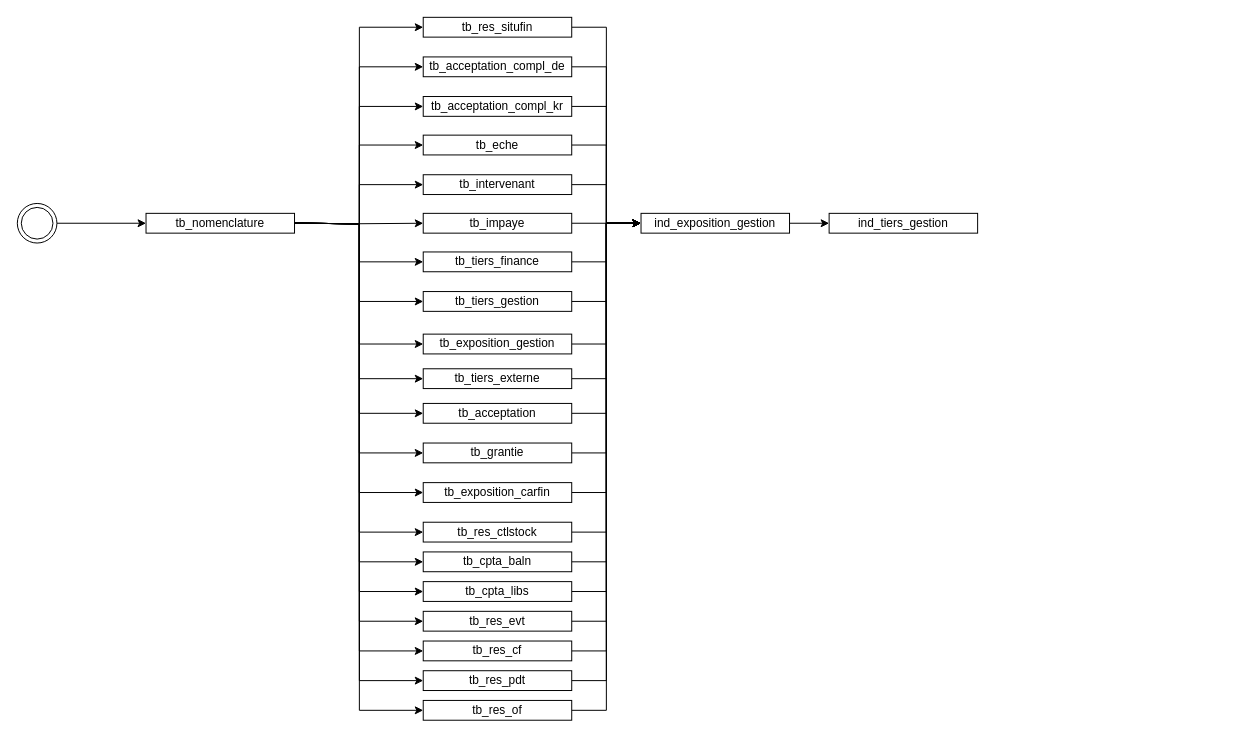
Before: page "loading_order" (1 of 22) of schema_laurent.drawio in wunyu/drawio, a draw.io diagram. Source tidied: cells renumbered, new cells numbered last; positions are measured from the earlier drawing's top-left corner, leaving out a move shared by most shapes. Both pictures are drawn from the tidied source at 99%, with x=0, y=0 at pixel (17, 17).
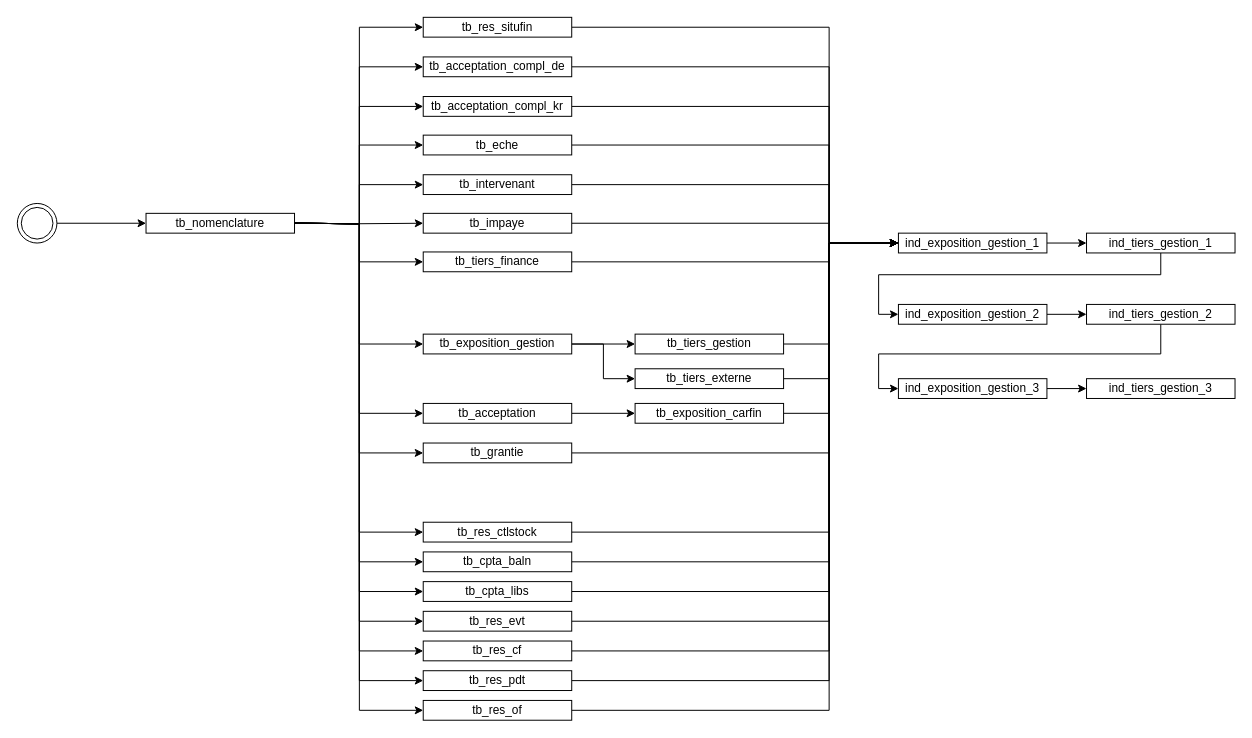
After the change.

The change refers to these unchanged cells:
```xml
<mxCell id="3" value="tb_exposition_gestion" style="whiteSpace=wrap;html=1;" parent="1" vertex="1">
  <mxGeometry x="410" y="320" width="150" height="20" as="geometry" />
</mxCell>
<mxCell id="5" value="tb_acceptation" style="whiteSpace=wrap;html=1;" parent="1" vertex="1">
  <mxGeometry x="410" y="390" width="150" height="20" as="geometry" />
</mxCell>
<mxCell id="9" value="tb_grantie" style="whiteSpace=wrap;html=1;" parent="1" vertex="1">
  <mxGeometry x="410" y="430" width="150" height="20" as="geometry" />
</mxCell>
<mxCell id="13" value="tb_res_situfin" style="whiteSpace=wrap;html=1;" parent="1" vertex="1">
  <mxGeometry x="410" width="150" height="20" as="geometry" />
</mxCell>
<mxCell id="15" value="tb_acceptation_compl_de" style="whiteSpace=wrap;html=1;" parent="1" vertex="1">
  <mxGeometry x="410" y="40" width="150" height="20" as="geometry" />
</mxCell>
<mxCell id="17" value="tb_acceptation_compl_kr" style="whiteSpace=wrap;html=1;" parent="1" vertex="1">
  <mxGeometry x="410" y="80" width="150" height="20" as="geometry" />
</mxCell>
<mxCell id="19" value="tb_eche" style="whiteSpace=wrap;html=1;" parent="1" vertex="1">
  <mxGeometry x="410" y="119" width="150" height="20" as="geometry" />
</mxCell>
<mxCell id="21" value="tb_impaye" style="whiteSpace=wrap;html=1;" parent="1" vertex="1">
  <mxGeometry x="410" y="198" width="150" height="20" as="geometry" />
</mxCell>
<mxCell id="23" value="tb_intervenant" style="whiteSpace=wrap;html=1;" parent="1" vertex="1">
  <mxGeometry x="410" y="159" width="150" height="20" as="geometry" />
</mxCell>
<mxCell id="26" value="tb_tiers_finance" style="whiteSpace=wrap;html=1;" parent="1" vertex="1">
  <mxGeometry x="410" y="237" width="150" height="20" as="geometry" />
</mxCell>
<mxCell id="50" value="tb_res_ctlstock" style="whiteSpace=wrap;html=1;" parent="1" vertex="1">
  <mxGeometry x="410" y="510" width="150" height="20" as="geometry" />
</mxCell>
<mxCell id="52" value="tb_cpta_baln" style="whiteSpace=wrap;html=1;" parent="1" vertex="1">
  <mxGeometry x="410" y="540" width="150" height="20" as="geometry" />
</mxCell>
<mxCell id="54" value="tb_cpta_libs" style="whiteSpace=wrap;html=1;" parent="1" vertex="1">
  <mxGeometry x="410" y="570" width="150" height="20" as="geometry" />
</mxCell>
<mxCell id="56" value="tb_res_evt" style="whiteSpace=wrap;html=1;" parent="1" vertex="1">
  <mxGeometry x="410" y="600" width="150" height="20" as="geometry" />
</mxCell>
<mxCell id="58" value="tb_res_cf" style="whiteSpace=wrap;html=1;" parent="1" vertex="1">
  <mxGeometry x="410" y="630" width="150" height="20" as="geometry" />
</mxCell>
<mxCell id="60" value="tb_res_pdt" style="whiteSpace=wrap;html=1;" parent="1" vertex="1">
  <mxGeometry x="410" y="660" width="150" height="20" as="geometry" />
</mxCell>
<mxCell id="62" value="tb_res_of" style="whiteSpace=wrap;html=1;" parent="1" vertex="1">
  <mxGeometry x="410" y="690" width="150" height="20" as="geometry" />
</mxCell>
```

The edit, as a diff of the source:
```diff
@@
-    <mxCell id="2" style="edgeStyle=orthogonalEdgeStyle;rounded=0;jettySize=auto;html=1;entryX=0;entryY=0.5;entryDx=0;entryDy=0;" parent="1" edge="1" source="3" target="64">
-      <mxGeometry relative="1" as="geometry" />
-    </mxCell>
+    <mxCell id="68" style="edgeStyle=orthogonalEdgeStyle;rounded=0;jettySize=auto;html=1;" parent="1" edge="1" source="3" target="28">
+      <mxGeometry relative="1" as="geometry" />
+    </mxCell>
+    <mxCell id="69" style="edgeStyle=orthogonalEdgeStyle;rounded=0;jettySize=auto;html=1;entryX=0;entryY=0.5;entryDx=0;entryDy=0;" parent="1" edge="1" source="3" target="11">
+      <mxGeometry relative="1" as="geometry" />
+    </mxCell>
@@
-    <mxCell id="4" style="edgeStyle=orthogonalEdgeStyle;rounded=0;jettySize=auto;html=1;entryX=0;entryY=0.5;entryDx=0;entryDy=0;" parent="1" edge="1" source="5" target="64">
-      <mxGeometry relative="1" as="geometry" />
-    </mxCell>
+    <mxCell id="70" style="edgeStyle=orthogonalEdgeStyle;rounded=0;jettySize=auto;html=1;" parent="1" edge="1" source="5" target="7">
+      <mxGeometry relative="1" as="geometry" />
+    </mxCell>
@@
     <mxCell id="6" style="edgeStyle=orthogonalEdgeStyle;rounded=0;jettySize=auto;html=1;entryX=0;entryY=0.5;entryDx=0;entryDy=0;" parent="1" edge="1" source="7" target="64">
-      <mxGeometry relative="1" as="geometry" />
+      <mxGeometry relative="1" as="geometry">
+        <Array as="points">
+          <mxPoint x="820" y="400" />
+          <mxPoint x="820" y="228" />
+        </Array>
+      </mxGeometry>
     </mxCell>
     <mxCell id="7" value="tb_exposition_carfin" style="whiteSpace=wrap;html=1;" parent="1" vertex="1">
-      <mxGeometry x="410" y="470" width="150" height="20" as="geometry" />
+      <mxGeometry x="624" y="390" width="150" height="20" as="geometry" />
     </mxCell>
     <mxCell id="8" style="edgeStyle=orthogonalEdgeStyle;rounded=0;jettySize=auto;html=1;entryX=0;entryY=0.5;entryDx=0;entryDy=0;" parent="1" edge="1" source="9" target="64">
-      <mxGeometry relative="1" as="geometry" />
+      <mxGeometry relative="1" as="geometry">
+        <Array as="points">
+          <mxPoint x="820" y="440" />
+          <mxPoint x="820" y="228" />
+        </Array>
+      </mxGeometry>
     </mxCell>
@@
     <mxCell id="10" style="edgeStyle=orthogonalEdgeStyle;rounded=0;jettySize=auto;html=1;entryX=0;entryY=0.5;entryDx=0;entryDy=0;" parent="1" edge="1" source="11" target="64">
-      <mxGeometry relative="1" as="geometry" />
+      <mxGeometry relative="1" as="geometry">
+        <Array as="points">
+          <mxPoint x="820" y="365" />
+          <mxPoint x="820" y="228" />
+        </Array>
+      </mxGeometry>
     </mxCell>
     <mxCell id="11" value="tb_tiers_externe" style="whiteSpace=wrap;html=1;" parent="1" vertex="1">
-      <mxGeometry x="410" y="355" width="150" height="20" as="geometry" />
+      <mxGeometry x="624" y="355" width="150" height="20" as="geometry" />
     </mxCell>
     <mxCell id="12" style="edgeStyle=orthogonalEdgeStyle;rounded=0;jettySize=auto;html=1;entryX=0;entryY=0.5;entryDx=0;entryDy=0;" parent="1" edge="1" source="13" target="64">
-      <mxGeometry relative="1" as="geometry" />
+      <mxGeometry relative="1" as="geometry">
+        <Array as="points">
+          <mxPoint x="820" y="10" />
+          <mxPoint x="820" y="228" />
+        </Array>
+      </mxGeometry>
     </mxCell>
@@
     <mxCell id="14" style="edgeStyle=orthogonalEdgeStyle;rounded=0;jettySize=auto;html=1;entryX=0;entryY=0.5;entryDx=0;entryDy=0;" parent="1" edge="1" source="15" target="64">
-      <mxGeometry relative="1" as="geometry" />
+      <mxGeometry relative="1" as="geometry">
+        <Array as="points">
+          <mxPoint x="820" y="50" />
+          <mxPoint x="820" y="228" />
+        </Array>
+      </mxGeometry>
     </mxCell>
@@
     <mxCell id="16" style="edgeStyle=orthogonalEdgeStyle;rounded=0;jettySize=auto;html=1;entryX=0;entryY=0.5;entryDx=0;entryDy=0;" parent="1" edge="1" source="17" target="64">
-      <mxGeometry relative="1" as="geometry" />
+      <mxGeometry relative="1" as="geometry">
+        <Array as="points">
+          <mxPoint x="820" y="90" />
+          <mxPoint x="820" y="228" />
+        </Array>
+      </mxGeometry>
     </mxCell>
@@
     <mxCell id="18" style="edgeStyle=orthogonalEdgeStyle;rounded=0;jettySize=auto;html=1;entryX=0;entryY=0.5;entryDx=0;entryDy=0;" parent="1" edge="1" source="19" target="64">
-      <mxGeometry relative="1" as="geometry" />
+      <mxGeometry relative="1" as="geometry">
+        <Array as="points">
+          <mxPoint x="820" y="129" />
+          <mxPoint x="820" y="228" />
+        </Array>
+      </mxGeometry>
     </mxCell>
@@
     <mxCell id="20" style="edgeStyle=orthogonalEdgeStyle;rounded=0;jettySize=auto;html=1;" parent="1" edge="1" source="21" target="64">
-      <mxGeometry relative="1" as="geometry" />
+      <mxGeometry relative="1" as="geometry">
+        <Array as="points">
+          <mxPoint x="820" y="208" />
+          <mxPoint x="820" y="228" />
+        </Array>
+      </mxGeometry>
     </mxCell>
@@
     <mxCell id="22" style="edgeStyle=orthogonalEdgeStyle;rounded=0;jettySize=auto;html=1;entryX=0;entryY=0.5;entryDx=0;entryDy=0;" parent="1" edge="1" source="23" target="64">
-      <mxGeometry relative="1" as="geometry" />
+      <mxGeometry relative="1" as="geometry">
+        <Array as="points">
+          <mxPoint x="820" y="169" />
+          <mxPoint x="820" y="228" />
+        </Array>
+      </mxGeometry>
     </mxCell>
@@
     <mxCell id="25" style="edgeStyle=orthogonalEdgeStyle;rounded=0;jettySize=auto;html=1;entryX=0;entryY=0.5;entryDx=0;entryDy=0;" parent="1" edge="1" source="26" target="64">
-      <mxGeometry relative="1" as="geometry" />
+      <mxGeometry relative="1" as="geometry">
+        <Array as="points">
+          <mxPoint x="820" y="247" />
+          <mxPoint x="820" y="228" />
+        </Array>
+      </mxGeometry>
     </mxCell>
@@
     <mxCell id="27" style="edgeStyle=orthogonalEdgeStyle;rounded=0;jettySize=auto;html=1;entryX=0;entryY=0.5;entryDx=0;entryDy=0;" parent="1" edge="1" source="28" target="64">
-      <mxGeometry relative="1" as="geometry" />
+      <mxGeometry relative="1" as="geometry">
+        <Array as="points">
+          <mxPoint x="820" y="330" />
+          <mxPoint x="820" y="228" />
+        </Array>
+      </mxGeometry>
     </mxCell>
     <mxCell id="28" value="tb_tiers_gestion" style="whiteSpace=wrap;html=1;" parent="1" vertex="1">
-      <mxGeometry x="410" y="277" width="150" height="20" as="geometry" />
+      <mxGeometry x="624" y="320" width="150" height="20" as="geometry" />
     </mxCell>
@@
-    <mxCell id="35" style="edgeStyle=orthogonalEdgeStyle;rounded=0;jettySize=auto;html=1;entryX=0;entryY=0.5;entryDx=0;entryDy=0;" parent="1" edge="1" target="28">
-      <mxGeometry relative="1" as="geometry">
-        <mxPoint x="280" y="208" as="sourcePoint" />
-      </mxGeometry>
-    </mxCell>
@@
-    <mxCell id="37" style="edgeStyle=orthogonalEdgeStyle;rounded=0;jettySize=auto;html=1;entryX=0;entryY=0.5;entryDx=0;entryDy=0;" parent="1" edge="1" target="11">
-      <mxGeometry relative="1" as="geometry">
-        <mxPoint x="280" y="208" as="sourcePoint" />
-      </mxGeometry>
-    </mxCell>
@@
-    <mxCell id="48" style="edgeStyle=orthogonalEdgeStyle;rounded=0;jettySize=auto;html=1;entryX=0;entryY=0.5;entryDx=0;entryDy=0;" parent="1" edge="1" target="7">
-      <mxGeometry relative="1" as="geometry">
-        <mxPoint x="280" y="208" as="sourcePoint" />
-      </mxGeometry>
-    </mxCell>
     <mxCell id="49" style="edgeStyle=orthogonalEdgeStyle;rounded=0;jettySize=auto;html=1;entryX=0;entryY=0.5;entryDx=0;entryDy=0;" parent="1" edge="1" source="50" target="64">
-      <mxGeometry relative="1" as="geometry" />
+      <mxGeometry relative="1" as="geometry">
+        <Array as="points">
+          <mxPoint x="820" y="520" />
+          <mxPoint x="820" y="228" />
+        </Array>
+      </mxGeometry>
     </mxCell>
@@
     <mxCell id="51" style="edgeStyle=orthogonalEdgeStyle;rounded=0;jettySize=auto;html=1;entryX=0;entryY=0.5;entryDx=0;entryDy=0;" parent="1" edge="1" source="52" target="64">
-      <mxGeometry relative="1" as="geometry" />
+      <mxGeometry relative="1" as="geometry">
+        <Array as="points">
+          <mxPoint x="820" y="550" />
+          <mxPoint x="820" y="228" />
+        </Array>
+      </mxGeometry>
     </mxCell>
@@
     <mxCell id="53" style="edgeStyle=orthogonalEdgeStyle;rounded=0;jettySize=auto;html=1;entryX=0;entryY=0.5;entryDx=0;entryDy=0;" parent="1" edge="1" source="54" target="64">
-      <mxGeometry relative="1" as="geometry" />
+      <mxGeometry relative="1" as="geometry">
+        <Array as="points">
+          <mxPoint x="820" y="580" />
+          <mxPoint x="820" y="228" />
+        </Array>
+      </mxGeometry>
     </mxCell>
@@
     <mxCell id="55" style="edgeStyle=orthogonalEdgeStyle;rounded=0;jettySize=auto;html=1;entryX=0;entryY=0.5;entryDx=0;entryDy=0;" parent="1" edge="1" source="56" target="64">
-      <mxGeometry relative="1" as="geometry" />
+      <mxGeometry relative="1" as="geometry">
+        <Array as="points">
+          <mxPoint x="820" y="610" />
+          <mxPoint x="820" y="228" />
+        </Array>
+      </mxGeometry>
     </mxCell>
@@
     <mxCell id="57" style="edgeStyle=orthogonalEdgeStyle;rounded=0;jettySize=auto;html=1;entryX=0;entryY=0.5;entryDx=0;entryDy=0;" parent="1" edge="1" source="58" target="64">
-      <mxGeometry relative="1" as="geometry" />
+      <mxGeometry relative="1" as="geometry">
+        <Array as="points">
+          <mxPoint x="820" y="640" />
+          <mxPoint x="820" y="228" />
+        </Array>
+      </mxGeometry>
     </mxCell>
@@
     <mxCell id="59" style="edgeStyle=orthogonalEdgeStyle;rounded=0;jettySize=auto;html=1;entryX=0;entryY=0.5;entryDx=0;entryDy=0;" parent="1" edge="1" source="60" target="64">
-      <mxGeometry relative="1" as="geometry" />
+      <mxGeometry relative="1" as="geometry">
+        <Array as="points">
+          <mxPoint x="820" y="670" />
+          <mxPoint x="820" y="228" />
+        </Array>
+      </mxGeometry>
     </mxCell>
@@
     <mxCell id="61" style="edgeStyle=orthogonalEdgeStyle;rounded=0;jettySize=auto;html=1;entryX=0;entryY=0.5;entryDx=0;entryDy=0;" parent="1" edge="1" source="62" target="64">
-      <mxGeometry relative="1" as="geometry" />
+      <mxGeometry relative="1" as="geometry">
+        <Array as="points">
+          <mxPoint x="820" y="700" />
+          <mxPoint x="820" y="228" />
+        </Array>
+      </mxGeometry>
     </mxCell>
@@
-    <mxCell id="64" value="ind_exposition_gestion" style="whiteSpace=wrap;html=1;" parent="1" vertex="1">
-      <mxGeometry x="630" y="198" width="150" height="20" as="geometry" />
+    <mxCell id="64" value="ind_exposition_gestion_1" style="whiteSpace=wrap;html=1;" parent="1" vertex="1">
+      <mxGeometry x="890" y="218" width="150" height="20" as="geometry" />
     </mxCell>
+    <mxCell id="71" style="edgeStyle=orthogonalEdgeStyle;rounded=0;jettySize=auto;html=1;entryX=0;entryY=0.5;entryDx=0;entryDy=0;" parent="1" edge="1" source="65" target="73">
+      <mxGeometry relative="1" as="geometry">
+        <Array as="points">
+          <mxPoint x="1155" y="260" />
+          <mxPoint x="870" y="260" />
+          <mxPoint x="870" y="300" />
+        </Array>
+      </mxGeometry>
+    </mxCell>
-    <mxCell id="65" value="ind_tiers_gestion" style="whiteSpace=wrap;html=1;" parent="1" vertex="1">
-      <mxGeometry x="820" y="198" width="150" height="20" as="geometry" />
+    <mxCell id="65" value="ind_tiers_gestion_1" style="whiteSpace=wrap;html=1;" parent="1" vertex="1">
+      <mxGeometry x="1080" y="218" width="150" height="20" as="geometry" />
     </mxCell>
@@
+    <mxCell id="72" style="edgeStyle=orthogonalEdgeStyle;rounded=0;jettySize=auto;html=1;" parent="1" edge="1" source="73" target="75">
+      <mxGeometry relative="1" as="geometry" />
+    </mxCell>
+    <mxCell id="73" value="ind_exposition_gestion_2" style="whiteSpace=wrap;html=1;" parent="1" vertex="1">
+      <mxGeometry x="890" y="290" width="150" height="20" as="geometry" />
+    </mxCell>
+    <mxCell id="74" style="edgeStyle=orthogonalEdgeStyle;rounded=0;jettySize=auto;html=1;entryX=0;entryY=0.5;entryDx=0;entryDy=0;" parent="1" edge="1" source="75" target="77">
+      <mxGeometry relative="1" as="geometry">
+        <Array as="points">
+          <mxPoint x="1155" y="340" />
+          <mxPoint x="870" y="340" />
+          <mxPoint x="870" y="375" />
+        </Array>
+      </mxGeometry>
+    </mxCell>
+    <mxCell id="75" value="ind_tiers_gestion_2" style="whiteSpace=wrap;html=1;" parent="1" vertex="1">
+      <mxGeometry x="1080" y="290" width="150" height="20" as="geometry" />
+    </mxCell>
+    <mxCell id="76" style="edgeStyle=orthogonalEdgeStyle;rounded=0;jettySize=auto;html=1;" parent="1" edge="1" source="77" target="78">
+      <mxGeometry relative="1" as="geometry" />
+    </mxCell>
+    <mxCell id="77" value="ind_exposition_gestion_3" style="whiteSpace=wrap;html=1;" parent="1" vertex="1">
+      <mxGeometry x="890" y="365" width="150" height="20" as="geometry" />
+    </mxCell>
+    <mxCell id="78" value="ind_tiers_gestion_3" style="whiteSpace=wrap;html=1;" parent="1" vertex="1">
+      <mxGeometry x="1080" y="365" width="150" height="20" as="geometry" />
+    </mxCell>
```
